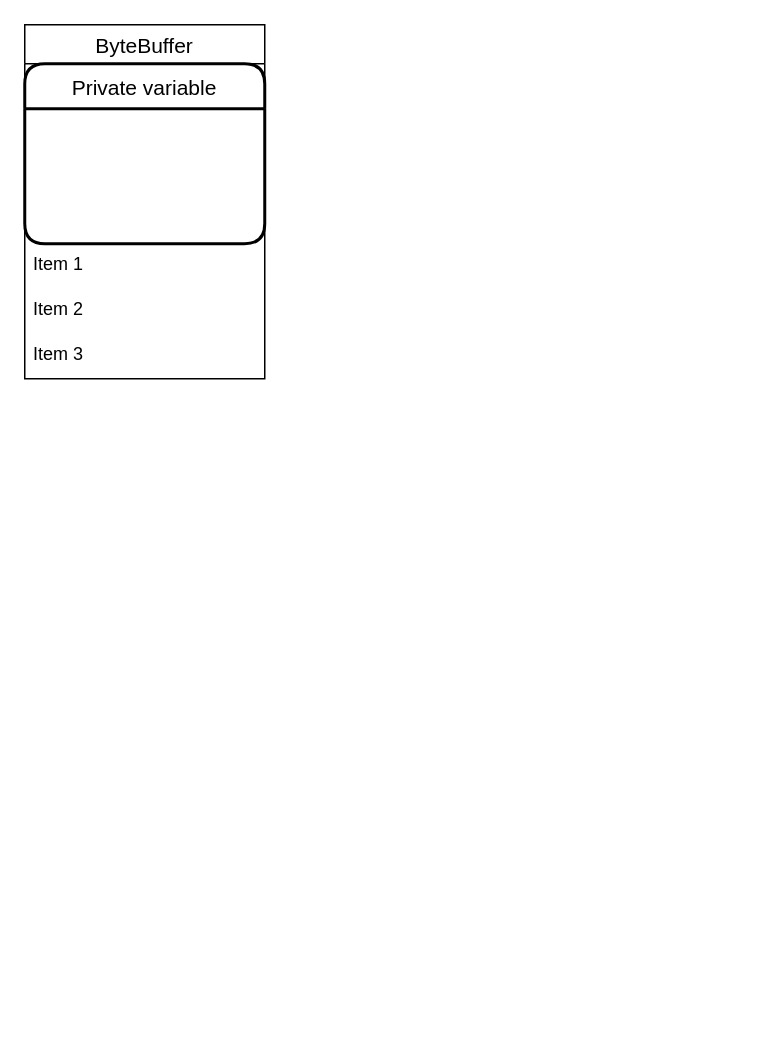
This is drawio/Untitled Diagram.drawio from meong99/42_seoul, a draw.io file, before an edit. Source tidied: cells renumbered, new cells numbered last; positions are measured from the earlier drawing's top-left corner, leaving out a move shared by most shapes. Both pictures are drawn from the tidied source at 150%, with x=0, y=0 at pixel (24, 24).
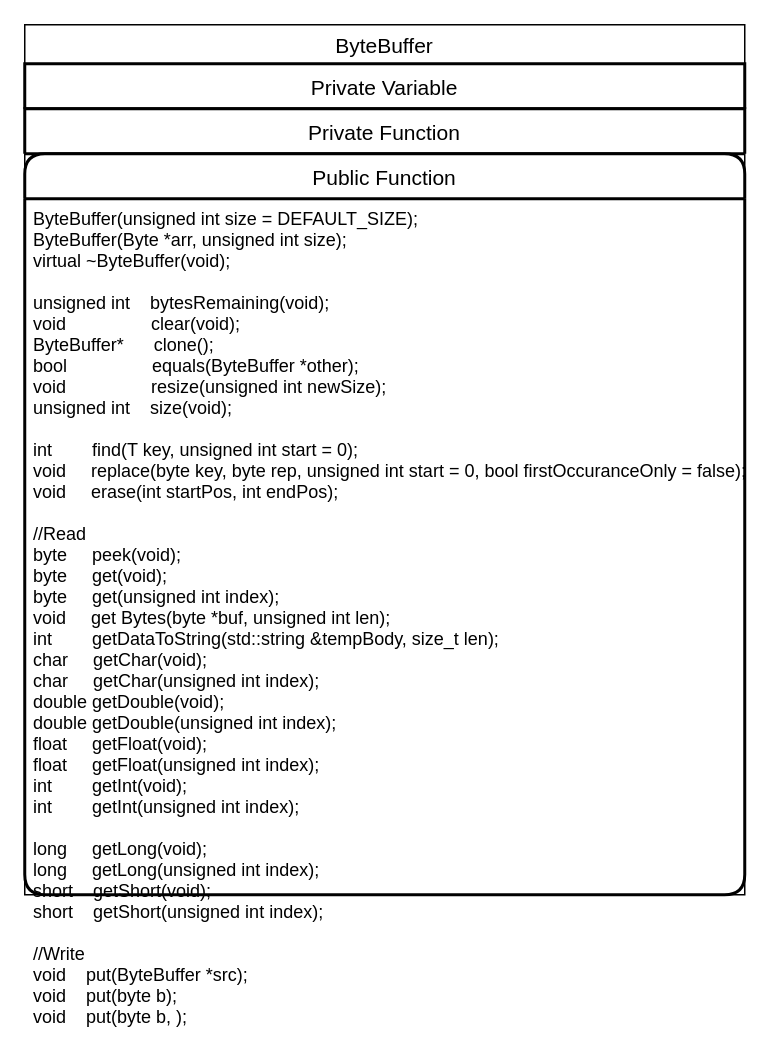
The same page after the edit.

Diff of the diagram source:
```diff
@@
 <mxGraphModel>
   <root>
     <mxCell id="0" />
     <mxCell id="1" parent="0" />
     <mxCell id="2" value="ByteBuffer" style="swimlane;fontStyle=0;horizontal=1;startSize=26;align=center;fontSize=14;fontColor=none;strokeColor=default;" parent="1" vertex="1">
-      <mxGeometry width="160" height="236" as="geometry" />
+      <mxGeometry width="480" height="580" as="geometry" />
     </mxCell>
-    <mxCell id="3" value="Private variable" style="swimlane;horizontal=1;startSize=30;rounded=1;fontSize=14;fontStyle=0;strokeWidth=2;shadow=0;dashed=0;align=center;fontColor=none;" parent="2" vertex="1">
-      <mxGeometry y="26" width="160" height="120" as="geometry" />
-    </mxCell>
-    <mxCell id="4" value="unsigned int rpos, wpos" style="align=left;strokeColor=none;fillColor=none;spacingLeft=4;fontSize=12;verticalAlign=top;fontColor=none;noLabel=1;labelBorderColor=none;" parent="3" vertex="1">
-      <mxGeometry y="30" width="160" height="90" as="geometry" />
-    </mxCell>
-    <mxCell id="5" value="Item 1" style="text;strokeColor=none;fillColor=none;spacingLeft=4;spacingRight=4;overflow=hidden;fontSize=12;fontColor=none;" parent="2" vertex="1">
-      <mxGeometry y="146" width="160" height="30" as="geometry" />
-    </mxCell>
-    <mxCell id="6" value="Item 2" style="text;strokeColor=none;fillColor=none;spacingLeft=4;spacingRight=4;overflow=hidden;fontSize=12;fontColor=none;" parent="2" vertex="1">
-      <mxGeometry y="176" width="160" height="30" as="geometry" />
-    </mxCell>
-    <mxCell id="7" value="Item 3" style="text;strokeColor=none;fillColor=none;spacingLeft=4;spacingRight=4;overflow=hidden;fontSize=12;fontColor=none;" parent="2" vertex="1">
-      <mxGeometry y="206" width="160" height="30" as="geometry" />
-    </mxCell>
+    <mxCell id="8" value="Private Variable" style="swimlane;horizontal=1;startSize=30;rounded=1;fontSize=14;fontStyle=0;strokeWidth=2;shadow=0;dashed=0;align=center;" parent="2" vertex="1" collapsed="1">
+      <mxGeometry y="26" width="480" height="30" as="geometry" />
+    </mxCell>
+    <mxCell id="9" value="Private Function" style="swimlane;horizontal=1;startSize=30;rounded=1;fontSize=14;fontStyle=0;strokeWidth=2;shadow=0;dashed=0;align=center;" parent="2" vertex="1" collapsed="1">
+      <mxGeometry y="56" width="480" height="30" as="geometry" />
+    </mxCell>
+    <mxCell id="10" value="Public Function" style="swimlane;horizontal=1;startSize=30;rounded=1;fontSize=14;fontStyle=0;strokeWidth=2;shadow=0;dashed=0;align=center;" parent="2" vertex="1">
+      <mxGeometry y="86" width="480" height="494" as="geometry" />
+    </mxCell>
+    <mxCell id="11" value="ByteBuffer(unsigned int size = DEFAULT_SIZE);&#10;ByteBuffer(Byte *arr, unsigned int size);&#10;virtual ~ByteBuffer(void);&#10;&#10;unsigned int    bytesRemaining(void);&#10;void                 clear(void);&#10;ByteBuffer*      clone();&#10;bool                 equals(ByteBuffer *other);&#10;void                 resize(unsigned int newSize);&#10;unsigned int    size(void);&#10;&#10;int        find(T key, unsigned int start = 0);&#10;void     replace(byte key, byte rep, unsigned int start = 0, bool firstOccuranceOnly = false);&#10;void     erase(int startPos, int endPos);&#10;&#10;//Read&#10;byte     peek(void);&#10;byte     get(void);&#10;byte     get(unsigned int index);&#10;void     get Bytes(byte *buf, unsigned int len);&#10;int        getDataToString(std::string &amp;tempBody, size_t len);&#10;char     getChar(void);&#10;char     getChar(unsigned int index);&#10;double getDouble(void);&#10;double getDouble(unsigned int index);&#10;float     getFloat(void);&#10;float     getFloat(unsigned int index);&#10;int        getInt(void);&#10;int        getInt(unsigned int index);&#10;&#10;long     getLong(void);&#10;long     getLong(unsigned int index);&#10;short    getShort(void);&#10;short    getShort(unsigned int index);&#10;&#10;//Write&#10;void    put(ByteBuffer *src);&#10;void    put(byte b);&#10;void    put(byte b, );&#10;" style="align=left;strokeColor=none;fillColor=none;spacingLeft=4;fontSize=12;verticalAlign=top;" parent="10" vertex="1">
+      <mxGeometry y="30" width="480" height="464" as="geometry" />
+    </mxCell>
   </root>
 </mxGraphModel>
```
